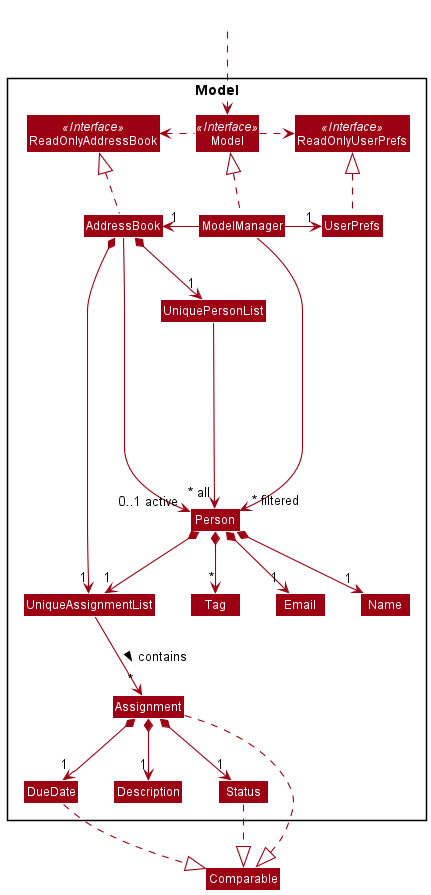
The PlantUML diagram docs/images/ModelClassDiagram.png in qinguorui2001/tp, before a commit. Its diagram source:
```plantuml
@startuml
!include style.puml
skinparam arrowThickness 1.1
skinparam arrowColor MODEL_COLOR
skinparam classBackgroundColor MODEL_COLOR

Package Model <<Rectangle>>{
Interface ReadOnlyAddressBook <<Interface>>
Interface ReadOnlyUserPrefs <<Interface>>
Interface Model <<Interface>>
Class AddressBook
Class ReadOnlyAddressBook
Class Model
Class ModelManager
Class UserPrefs
Class ReadOnlyUserPrefs


Class UniquePersonList
Class UniqueAssignmentList
Class Person
Class Email
Class Name
Class Tag
Class Assignment
Class Description
Class Status
Class DueDate
}

Class HiddenOutside #FFFFFF
HiddenOutside ..> Model

AddressBook .up.|> ReadOnlyAddressBook

ModelManager .up.|> Model
Model .right.> ReadOnlyUserPrefs
Model .left.> ReadOnlyAddressBook
ModelManager -left-> "1" AddressBook
ModelManager -right-> "1" UserPrefs
UserPrefs .up.|> ReadOnlyUserPrefs

AddressBook *--> "1" UniqueAssignmentList
UniqueAssignmentList --> "~* " Assignment: contains >
AddressBook *--> "1" UniquePersonList
UniquePersonList ----> "~* all" Person
AddressBook -> "0..1 active " Person

Person *--> "1" UniqueAssignmentList
Person *--> "1" Name
Person *--> "1 " Email
Person *--> "*" Tag

Assignment *-down-> "1" Description
Assignment *-down-> "1" Status
Assignment *-down-> "1" DueDate
Assignment .down.|> Comparable
Status .down.|> Comparable
DueDate .down.|> Comparable



ModelManager -->" ~* filtered" Person
@enduml
```
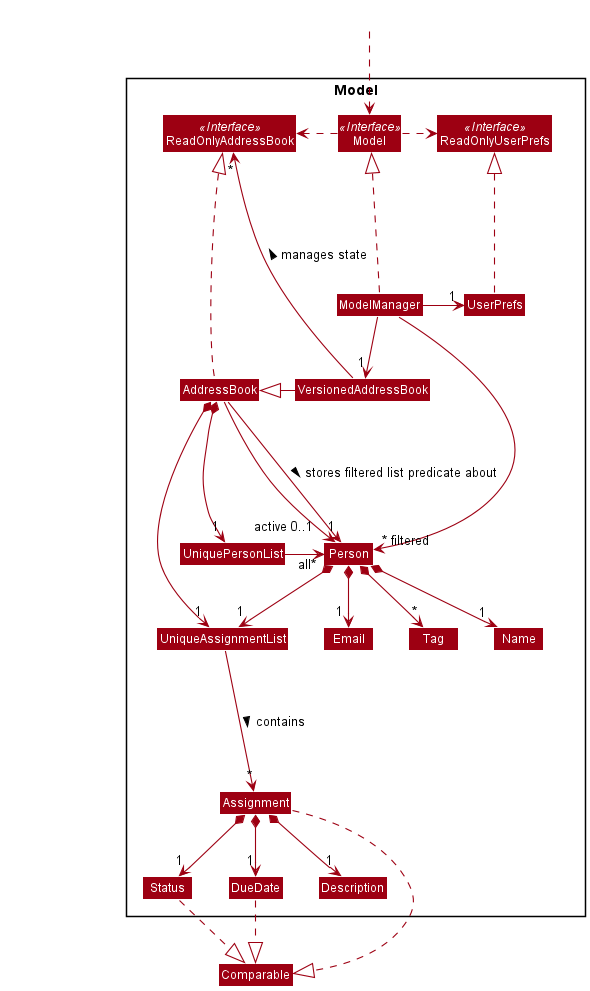
Later version of the same file.

Commit message:
Update model component description

Diff of the diagram source:
```diff
@@ -8,13 +8,13 @@
 Interface ReadOnlyAddressBook <<Interface>>
 Interface ReadOnlyUserPrefs <<Interface>>
 Interface Model <<Interface>>
+Class VersionedAddressBook
+Class ReadOnlyAddressBook
 Class AddressBook
-Class ReadOnlyAddressBook
 Class Model
 Class ModelManager
 Class UserPrefs
 Class ReadOnlyUserPrefs
-
 
 Class UniquePersonList
 Class UniqueAssignmentList
@@ -26,31 +26,36 @@
 Class Description
 Class Status
 Class DueDate
+
 }
 
 Class HiddenOutside #FFFFFF
 HiddenOutside ..> Model
 
-AddressBook .up.|> ReadOnlyAddressBook
+AddressBook .up.--|> ReadOnlyAddressBook
+VersionedAddressBook -left-|> AddressBook
+VersionedAddressBook -left----> "~*" ReadOnlyAddressBook: manages state >
 
-ModelManager .up.|> Model
+ModelManager .up.-|> Model
 Model .right.> ReadOnlyUserPrefs
 Model .left.> ReadOnlyAddressBook
-ModelManager -left-> "1" AddressBook
+ModelManager --> "1" VersionedAddressBook
 ModelManager -right-> "1" UserPrefs
-UserPrefs .up.|> ReadOnlyUserPrefs
+UserPrefs .up.-|> ReadOnlyUserPrefs
 
-AddressBook *--> "1" UniqueAssignmentList
-UniqueAssignmentList --> "~* " Assignment: contains >
-AddressBook *--> "1" UniquePersonList
-UniquePersonList ----> "~* all" Person
-AddressBook -> "0..1 active " Person
+AddressBook *----> "1" UniqueAssignmentList
+AddressBook *---> "1" UniquePersonList
+AddressBook -> "                                                              active 0..1" Person
+AddressBook -> "1" Person: stores filtered list predicate about >
 
-Person *--> "1" UniqueAssignmentList
+Person *--> " 1" UniqueAssignmentList
 Person *--> "1" Name
 Person *--> "1 " Email
 Person *--> "*" Tag
 
+UniquePersonList -right-> "all~*" Person
+
+UniqueAssignmentList ---> "~*" Assignment: contains >
 Assignment *-down-> "1" Description
 Assignment *-down-> "1" Status
 Assignment *-down-> "1" DueDate
@@ -58,7 +63,10 @@
 Status .down.|> Comparable
 DueDate .down.|> Comparable
 
+ModelManager ---->"~* filtered" Person
 
-
-ModelManager -->" ~* filtered" Person
+UserPrefs -[hidden]down-|>Person
+UniquePersonList -[hidden]down-|> UniqueAssignmentList
+UniqueAssignmentList -[hidden]left-|> Name
+AddressBook -[hidden]left-|>ReadOnlyAddressBook
 @enduml
```
